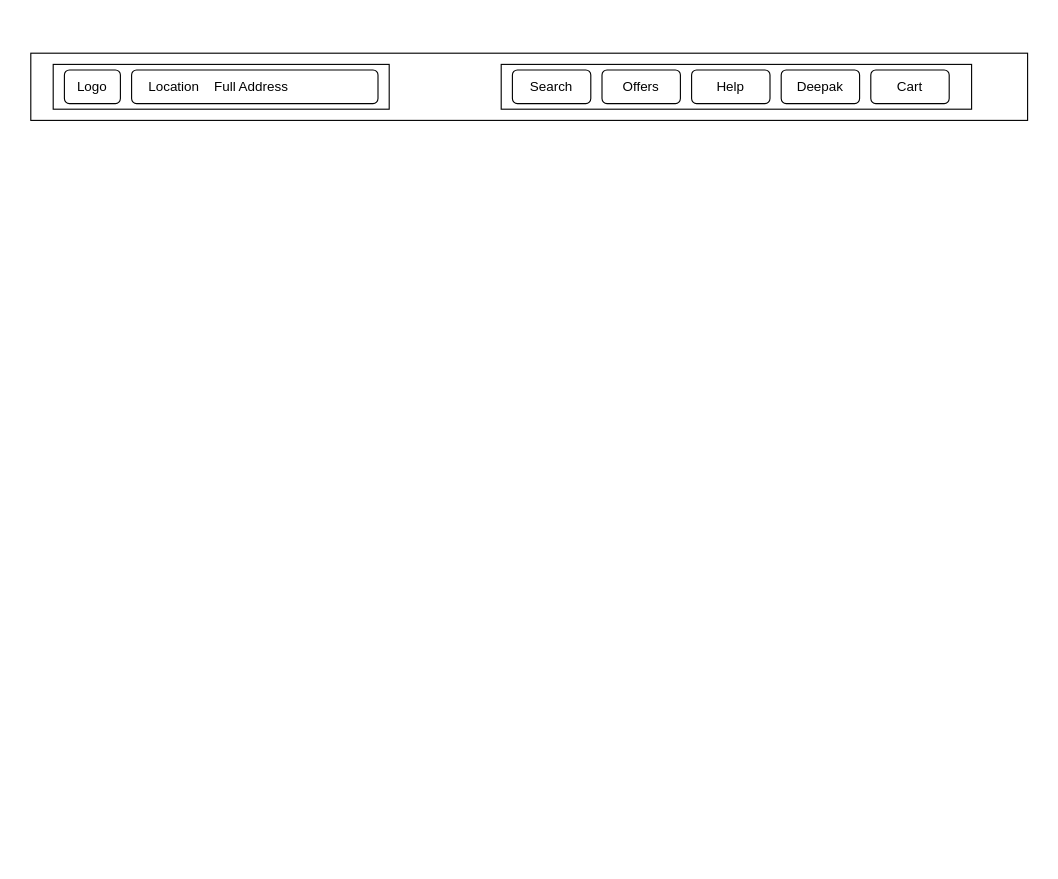
Earlier version of the draw.io diagram Swiggy_Header Diagram.drawio (dkumar600/swiggy_header). Source tidied: cells renumbered, new cells numbered last; positions are measured from the earlier drawing's top-left corner, leaving out a move shared by most shapes. Both pictures are drawn from the tidied source at 112%, with x=0, y=0 at pixel (30, 53).
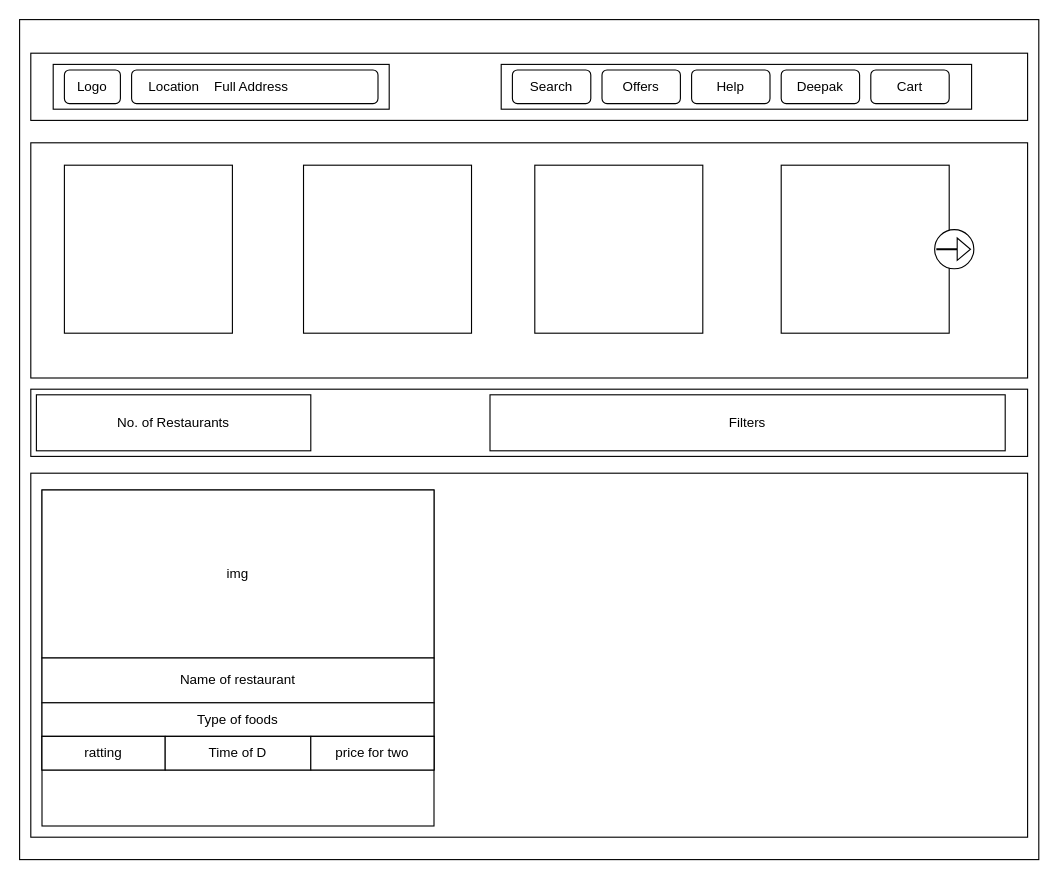
The same page after the edit.

The edit, as a diff of the source:
```diff
@@
+    <mxCell id="12" style="rounded=0;whiteSpace=wrap;html=1;" parent="1" vertex="1">
+      <mxGeometry x="-10" y="-30" width="910" height="750" as="geometry" />
+    </mxCell>
@@
+    <mxCell id="13" style="rounded=0;whiteSpace=wrap;html=1;" parent="1" vertex="1">
+      <mxGeometry y="80" width="890" height="210" as="geometry" />
+    </mxCell>
+    <mxCell id="14" style="rounded=0;whiteSpace=wrap;html=1;" parent="1" vertex="1">
+      <mxGeometry x="30" y="100" width="150" height="150" as="geometry" />
+    </mxCell>
+    <mxCell id="15" style="rounded=0;whiteSpace=wrap;html=1;" parent="1" vertex="1">
+      <mxGeometry x="243.5" y="100" width="150" height="150" as="geometry" />
+    </mxCell>
+    <mxCell id="16" style="rounded=0;whiteSpace=wrap;html=1;" parent="1" vertex="1">
+      <mxGeometry x="450" y="100" width="150" height="150" as="geometry" />
+    </mxCell>
+    <mxCell id="17" style="rounded=0;whiteSpace=wrap;html=1;" parent="1" vertex="1">
+      <mxGeometry x="670" y="100" width="150" height="150" as="geometry" />
+    </mxCell>
+    <mxCell id="18" style="ellipse;whiteSpace=wrap;html=1;" parent="1" vertex="1">
+      <mxGeometry x="807" y="157.5" width="35" height="35" as="geometry" />
+    </mxCell>
+    <mxCell id="19" style="rounded=0;whiteSpace=wrap;html=1;" parent="1" vertex="1">
+      <mxGeometry y="300" width="890" height="60" as="geometry" />
+    </mxCell>
+    <mxCell id="20" value="No. of Restaurants" style="rounded=0;whiteSpace=wrap;html=1;" parent="1" vertex="1">
+      <mxGeometry x="5" y="305" width="245" height="50" as="geometry" />
+    </mxCell>
+    <mxCell id="21" value="Filters" style="rounded=0;whiteSpace=wrap;html=1;" parent="1" vertex="1">
+      <mxGeometry x="410" y="305" width="460" height="50" as="geometry" />
+    </mxCell>
+    <mxCell id="22" style="rounded=0;whiteSpace=wrap;html=1;" parent="1" vertex="1">
+      <mxGeometry y="375" width="890" height="325" as="geometry" />
+    </mxCell>
+    <mxCell id="23" style="rounded=0;whiteSpace=wrap;html=1;" parent="1" vertex="1">
+      <mxGeometry x="10" y="390" width="350" height="300" as="geometry" />
+    </mxCell>
+    <mxCell id="24" value="img" style="rounded=0;whiteSpace=wrap;html=1;" parent="1" vertex="1">
+      <mxGeometry x="10" y="390" width="350" height="150" as="geometry" />
+    </mxCell>
+    <mxCell id="25" value="Name of restaurant" style="rounded=0;whiteSpace=wrap;html=1;" parent="1" vertex="1">
+      <mxGeometry x="10" y="540" width="350" height="40" as="geometry" />
+    </mxCell>
+    <mxCell id="26" value="Type of foods" style="rounded=0;whiteSpace=wrap;html=1;" parent="1" vertex="1">
+      <mxGeometry x="10" y="580" width="350" height="30" as="geometry" />
+    </mxCell>
+    <mxCell id="27" style="rounded=0;whiteSpace=wrap;html=1;" parent="1" vertex="1">
+      <mxGeometry x="10" y="610" width="350" height="30" as="geometry" />
+    </mxCell>
+    <mxCell id="28" value="ratting" style="rounded=0;whiteSpace=wrap;html=1;" parent="1" vertex="1">
+      <mxGeometry x="10" y="610" width="110" height="30" as="geometry" />
+    </mxCell>
+    <mxCell id="29" value="Time of D" style="rounded=0;whiteSpace=wrap;html=1;" parent="1" vertex="1">
+      <mxGeometry x="120" y="610" width="130" height="30" as="geometry" />
+    </mxCell>
+    <mxCell id="30" value="price for two" style="rounded=0;whiteSpace=wrap;html=1;" parent="1" vertex="1">
+      <mxGeometry x="250" y="610" width="110" height="30" as="geometry" />
+    </mxCell>
+    <mxCell id="31" style="html=1;shadow=0;dashed=0;align=center;verticalAlign=middle;shape=mxgraph.arrows2.arrow;dy=0.96;dx=11.86;notch=0;" parent="1" vertex="1">
+      <mxGeometry x="809" y="165" width="30" height="20" as="geometry" />
+    </mxCell>
```
